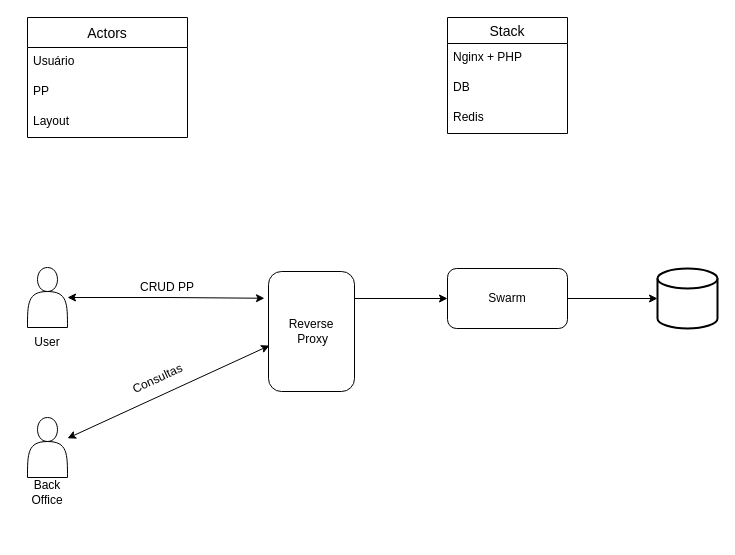
Before: idea/idea.drawio in DiegoCarrilho/PlanoPastor, a draw.io diagram. Source tidied: cells renumbered, new cells numbered last; positions are measured from the earlier drawing's top-left corner, leaving out a move shared by most shapes. Both pictures are drawn from the tidied source at 100%, with x=0, y=0 at pixel (17, 17).
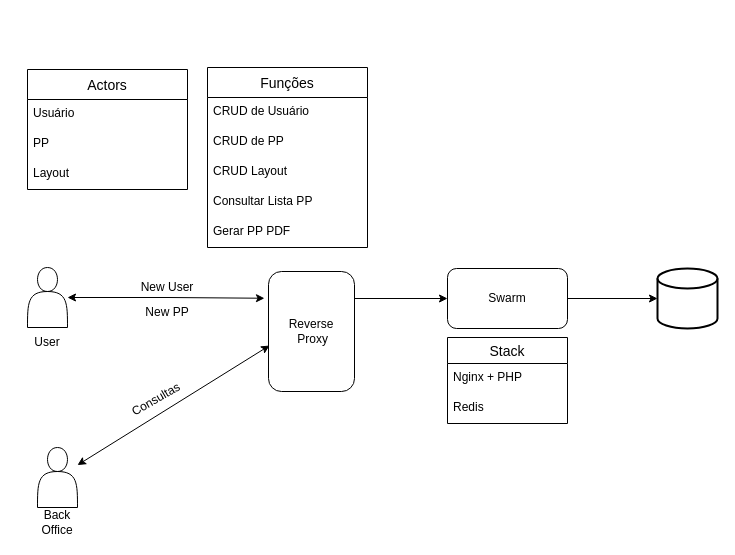
After the change.

Diff of the diagram source:
```diff
@@
-    <mxCell id="3" style="shape=actor;whiteSpace=wrap;html=1;" parent="1" vertex="1">
-      <mxGeometry x="10" y="250" width="40" height="60" as="geometry" />
-    </mxCell>
-    <mxCell id="4" value="User" style="text;html=1;align=center;verticalAlign=middle;whiteSpace=wrap;rounded=0;" parent="1" vertex="1">
-      <mxGeometry y="310" width="60" height="30" as="geometry" />
-    </mxCell>
@@
-    <mxCell id="6" value="CRUD PP" style="text;html=1;align=center;verticalAlign=middle;whiteSpace=wrap;rounded=0;" parent="1" vertex="1">
+    <mxCell id="6" value="New User" style="text;html=1;align=center;verticalAlign=middle;whiteSpace=wrap;rounded=0;" parent="1" vertex="1">
       <mxGeometry x="80" y="260" width="140" height="20" as="geometry" />
     </mxCell>
@@
-    <mxCell id="11" style="shape=actor;whiteSpace=wrap;html=1;" parent="1" vertex="1">
-      <mxGeometry x="10" y="400" width="40" height="60" as="geometry" />
-    </mxCell>
-    <mxCell id="12" value="Back Office" style="text;html=1;align=center;verticalAlign=middle;whiteSpace=wrap;rounded=0;" parent="1" vertex="1">
-      <mxGeometry y="460" width="60" height="30" as="geometry" />
-    </mxCell>
     <mxCell id="13" value="Actors" style="swimlane;fontStyle=0;horizontal=1;startSize=30;align=center;fontSize=14;swimlaneLine=1;" parent="1" vertex="1">
-      <mxGeometry x="10" width="160" height="120" as="geometry" />
+      <mxGeometry x="10" y="52" width="160" height="120" as="geometry" />
     </mxCell>
@@
-    <mxCell id="18" value="Consultas" style="text;html=1;align=center;verticalAlign=middle;whiteSpace=wrap;rounded=0;rotation=-25;" parent="1" vertex="1">
-      <mxGeometry x="72.5" y="349.7" width="137.4" height="23.1" as="geometry" />
+    <mxCell id="18" value="Consultas" style="text;html=1;align=center;verticalAlign=middle;whiteSpace=wrap;rounded=0;rotation=-30;" parent="1" vertex="1">
+      <mxGeometry x="70" y="370" width="137.4" height="23.1" as="geometry" />
     </mxCell>
     <mxCell id="19" value="Stack" style="swimlane;fontStyle=0;horizontal=1;startSize=26;align=center;fontSize=14;" parent="1" vertex="1">
-      <mxGeometry x="430" width="120" height="116" as="geometry" />
+      <mxGeometry x="430" y="320" width="120" height="86" as="geometry" />
     </mxCell>
@@
-    <mxCell id="21" value="DB" style="text;strokeColor=none;fillColor=none;spacingLeft=4;spacingRight=4;overflow=hidden;fontSize=12;whiteSpace=wrap;html=1;" parent="19" vertex="1">
-      <mxGeometry y="56" width="120" height="30" as="geometry" />
-    </mxCell>
     <mxCell id="22" value="Redis" style="text;strokeColor=none;fillColor=none;spacingLeft=4;spacingRight=4;overflow=hidden;fontSize=12;whiteSpace=wrap;html=1;" parent="19" vertex="1">
-      <mxGeometry y="86" width="120" height="30" as="geometry" />
+      <mxGeometry y="56" width="120" height="30" as="geometry" />
     </mxCell>
+    <mxCell id="23" style="group;" parent="1" vertex="1">
+      <mxGeometry x="10" y="430" width="60" height="90" as="geometry" />
+    </mxCell>
+    <mxCell id="11" style="shape=actor;whiteSpace=wrap;html=1;" parent="23" vertex="1">
+      <mxGeometry x="10" width="40" height="60" as="geometry" />
+    </mxCell>
+    <mxCell id="12" value="Back Office" style="text;html=1;align=center;verticalAlign=middle;whiteSpace=wrap;rounded=0;" parent="23" vertex="1">
+      <mxGeometry y="60" width="60" height="30" as="geometry" />
+    </mxCell>
+    <mxCell id="24" style="group;" parent="1" vertex="1">
+      <mxGeometry y="250" width="60" height="90" as="geometry" />
+    </mxCell>
+    <mxCell id="3" style="shape=actor;whiteSpace=wrap;html=1;" parent="24" vertex="1">
+      <mxGeometry x="10" width="40" height="60" as="geometry" />
+    </mxCell>
+    <mxCell id="4" value="User" style="text;html=1;align=center;verticalAlign=middle;whiteSpace=wrap;rounded=0;" parent="24" vertex="1">
+      <mxGeometry y="60" width="60" height="30" as="geometry" />
+    </mxCell>
+    <mxCell id="25" value="New PP" style="text;html=1;align=center;verticalAlign=middle;whiteSpace=wrap;rounded=0;" parent="1" vertex="1">
+      <mxGeometry x="80" y="285" width="140" height="20" as="geometry" />
+    </mxCell>
+    <mxCell id="26" value="Funções" style="swimlane;fontStyle=0;horizontal=1;startSize=30;align=center;fontSize=14;swimlaneLine=1;" parent="1" vertex="1">
+      <mxGeometry x="190" y="50" width="160" height="180" as="geometry" />
+    </mxCell>
+    <mxCell id="27" value="CRUD de Usuário" style="text;strokeColor=none;fillColor=none;spacingLeft=4;spacingRight=4;overflow=hidden;fontSize=12;whiteSpace=wrap;html=1;" parent="26" vertex="1">
+      <mxGeometry y="30" width="160" height="30" as="geometry" />
+    </mxCell>
+    <mxCell id="28" value="CRUD de PP" style="text;strokeColor=none;fillColor=none;spacingLeft=4;spacingRight=4;overflow=hidden;fontSize=12;whiteSpace=wrap;html=1;" parent="26" vertex="1">
+      <mxGeometry y="60" width="160" height="30" as="geometry" />
+    </mxCell>
+    <mxCell id="29" value="CRUD Layout" style="text;strokeColor=none;fillColor=none;spacingLeft=4;spacingRight=4;overflow=hidden;fontSize=12;whiteSpace=wrap;html=1;" parent="26" vertex="1">
+      <mxGeometry y="90" width="160" height="30" as="geometry" />
+    </mxCell>
+    <mxCell id="30" value="Consultar Lista PP" style="text;strokeColor=none;fillColor=none;spacingLeft=4;spacingRight=4;overflow=hidden;fontSize=12;whiteSpace=wrap;html=1;" parent="26" vertex="1">
+      <mxGeometry y="120" width="160" height="30" as="geometry" />
+    </mxCell>
+    <mxCell id="31" value="Gerar PP PDF" style="text;strokeColor=none;fillColor=none;spacingLeft=4;spacingRight=4;overflow=hidden;fontSize=12;whiteSpace=wrap;html=1;" parent="26" vertex="1">
+      <mxGeometry y="150" width="160" height="30" as="geometry" />
+    </mxCell>
```
